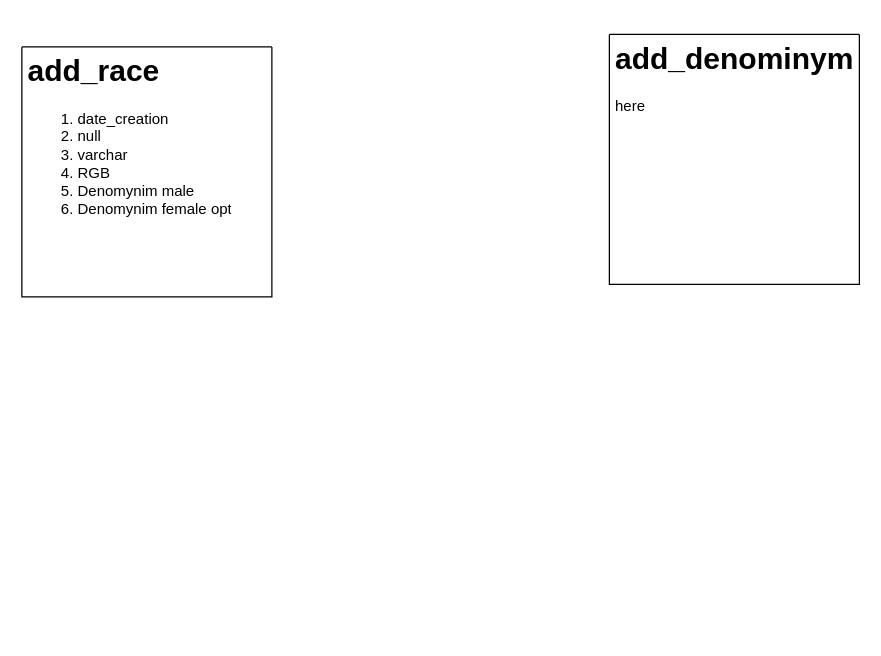
The draw.io diagram page "Procedures" (3 of 3) of Conception/model_draft.drawio in WyllasSidjeno/SRPG-Database-Manager, before the edit. Source tidied: cells renumbered, new cells numbered last; positions are measured from the earlier drawing's top-left corner, leaving out a move shared by most shapes. Both pictures are drawn from the tidied source at 125%, with x=0, y=0 at pixel (21, 34).
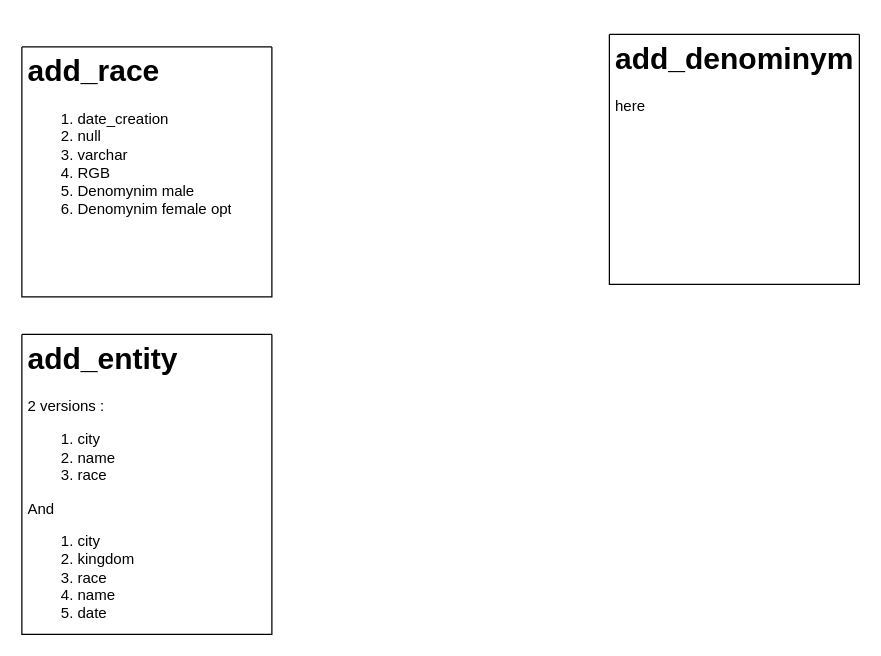
Above is the later version.

Commit message (it also covers changes not shown here):
Added new_entity procedure

Change to the diagram source:
```diff
@@
 <mxGraphModel>
   <root>
     <mxCell id="0" />
     <mxCell id="1" parent="0" />
     <mxCell id="2" style="swimlane;startSize=0;" parent="1" vertex="1">
       <mxGeometry y="10" width="200" height="200" as="geometry" />
     </mxCell>
     <mxCell id="3" value="&lt;h1&gt;add_race&lt;/h1&gt;&lt;div&gt;&lt;ol&gt;&lt;li&gt;date_creation&lt;/li&gt;&lt;li&gt;null&lt;/li&gt;&lt;li&gt;varchar&lt;/li&gt;&lt;li&gt;RGB&lt;/li&gt;&lt;li&gt;Denomynim male&lt;/li&gt;&lt;li&gt;Denomynim female opt&lt;/li&gt;&lt;/ol&gt;&lt;/div&gt;&lt;p&gt;&lt;/p&gt;" style="text;html=1;strokeColor=none;fillColor=none;spacing=5;spacingTop=-20;whiteSpace=wrap;overflow=hidden;rounded=0;" parent="2" vertex="1">
       <mxGeometry width="200" height="200" as="geometry" />
     </mxCell>
     <mxCell id="4" style="swimlane;startSize=0;" parent="1" vertex="1">
       <mxGeometry x="470" width="200" height="200" as="geometry" />
     </mxCell>
     <mxCell id="5" value="&lt;h1&gt;add_denominym&lt;/h1&gt;&lt;p&gt;here&lt;/p&gt;" style="text;html=1;strokeColor=none;fillColor=none;spacing=5;spacingTop=-20;whiteSpace=wrap;overflow=hidden;rounded=0;" parent="4" vertex="1">
       <mxGeometry width="200" height="200" as="geometry" />
     </mxCell>
+    <mxCell id="6" style="swimlane;startSize=0;" parent="1" vertex="1">
+      <mxGeometry y="240" width="200" height="240" as="geometry" />
+    </mxCell>
+    <mxCell id="7" value="&lt;h1&gt;add_entity&lt;/h1&gt;&lt;div&gt;2 versions :&lt;/div&gt;&lt;div&gt;&lt;ol&gt;&lt;li&gt;city&lt;/li&gt;&lt;li&gt;name&lt;/li&gt;&lt;li&gt;race&lt;/li&gt;&lt;/ol&gt;&lt;div&gt;And&lt;/div&gt;&lt;/div&gt;&lt;div&gt;&lt;ol&gt;&lt;li&gt;city&lt;/li&gt;&lt;li&gt;kingdom&lt;/li&gt;&lt;li&gt;race&lt;/li&gt;&lt;li&gt;name&lt;/li&gt;&lt;li&gt;date&lt;/li&gt;&lt;/ol&gt;&lt;/div&gt;" style="text;html=1;strokeColor=none;fillColor=none;spacing=5;spacingTop=-20;whiteSpace=wrap;overflow=hidden;rounded=0;" parent="6" vertex="1">
+      <mxGeometry width="200" height="240" as="geometry" />
+    </mxCell>
   </root>
 </mxGraphModel>
```
